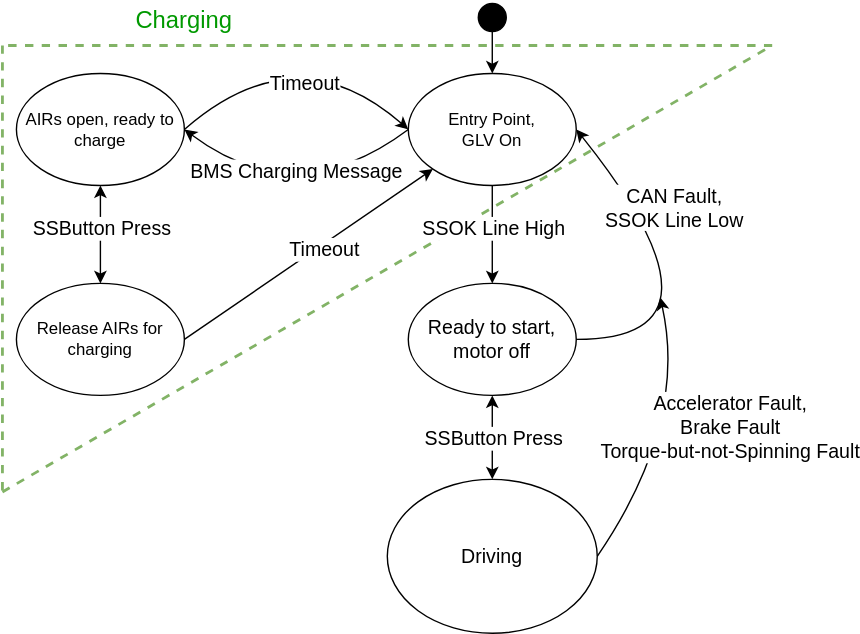
Before: docs/mpu_state_diagram.svg, a diagram exported from draw.io (Northeastern-Electric-Racing/Embedded_Code). Source tidied: cells renumbered, new cells last; positions are measured from the earlier drawing's top-left corner, leaving out a move shared by most shapes. The source it was exported from:
```xml
<mxGraphModel>
  <root>
    <mxCell id="0" />
    <mxCell id="1" parent="0" />
    <mxCell id="2" style="endArrow=none;html=1;fontSize=14;curved=1;dashed=1;fillColor=#d5e8d4;strokeColor=#82b366;strokeWidth=2;" parent="1" edge="1">
      <mxGeometry relative="1" as="geometry">
        <mxPoint y="32" as="sourcePoint" />
        <mxPoint y="351" as="targetPoint" />
      </mxGeometry>
    </mxCell>
    <mxCell id="3" style="endArrow=none;html=1;fontSize=14;curved=1;dashed=1;fillColor=#d5e8d4;strokeColor=#82b366;strokeWidth=2;" parent="1" edge="1">
      <mxGeometry relative="1" as="geometry">
        <mxPoint x="550" y="32" as="sourcePoint" />
        <mxPoint y="32" as="targetPoint" />
      </mxGeometry>
    </mxCell>
    <mxCell id="4" style="endArrow=none;html=1;fontSize=14;curved=1;dashed=1;fillColor=#d5e8d4;strokeColor=#82b366;strokeWidth=2;" parent="1" edge="1">
      <mxGeometry relative="1" as="geometry">
        <mxPoint y="351" as="sourcePoint" />
        <mxPoint x="550" y="32" as="targetPoint" />
      </mxGeometry>
    </mxCell>
    <mxCell id="5" style="ellipse;whiteSpace=wrap;html=1;fillColor=#000000;" parent="1" vertex="1">
      <mxGeometry x="340" y="2" width="20" height="20" as="geometry" />
    </mxCell>
    <mxCell id="6" value="Entry Point,&lt;br&gt;GLV On" style="ellipse;whiteSpace=wrap;html=1;fillColor=none;" parent="1" vertex="1">
      <mxGeometry x="290" y="52" width="120" height="80" as="geometry" />
    </mxCell>
    <mxCell id="7" value="AIRs open, ready to charge" style="ellipse;whiteSpace=wrap;html=1;fillColor=none;" parent="1" vertex="1">
      <mxGeometry x="10" y="52" width="120" height="80" as="geometry" />
    </mxCell>
    <mxCell id="8" value="Release AIRs for charging" style="ellipse;whiteSpace=wrap;html=1;fillColor=none;" parent="1" vertex="1">
      <mxGeometry x="10" y="202" width="120" height="80" as="geometry" />
    </mxCell>
    <mxCell id="9" style="endArrow=classic;html=1;entryX=1;entryY=0.5;entryDx=0;entryDy=0;exitX=0;exitY=0.5;exitDx=0;exitDy=0;curved=1;" parent="1" edge="1" source="6" target="7">
      <mxGeometry relative="1" as="geometry">
        <Array as="points">
          <mxPoint x="210" y="152" />
        </Array>
      </mxGeometry>
    </mxCell>
    <mxCell id="10" value="&lt;font style=&quot;font-size: 14px&quot;&gt;BMS Charging Message&lt;br&gt;&lt;/font&gt;" style="edgeLabel;html=1;align=center;verticalAlign=middle;" parent="9" vertex="1">
      <mxGeometry x="-0.33" y="17" relative="1" as="geometry">
        <mxPoint x="-37" y="-24" as="offset" />
      </mxGeometry>
    </mxCell>
    <mxCell id="11" style="endArrow=classic;html=1;fontSize=14;curved=1;entryX=0;entryY=0.5;entryDx=0;entryDy=0;exitX=1;exitY=0.5;exitDx=0;exitDy=0;" parent="1" edge="1" source="7" target="6">
      <mxGeometry relative="1" as="geometry">
        <Array as="points">
          <mxPoint x="210" y="22" />
        </Array>
      </mxGeometry>
    </mxCell>
    <mxCell id="12" value="Timeout" style="edgeLabel;html=1;align=center;verticalAlign=middle;fontSize=14;" parent="11" vertex="1">
      <mxGeometry x="0.26" y="-24" relative="1" as="geometry" />
    </mxCell>
    <mxCell id="13" style="endArrow=classic;html=1;fontSize=14;curved=1;exitX=1;exitY=0.5;exitDx=0;exitDy=0;entryX=0;entryY=1;entryDx=0;entryDy=0;" parent="1" edge="1" source="8" target="6">
      <mxGeometry relative="1" as="geometry" />
    </mxCell>
    <mxCell id="14" value="Timeout" style="edgeLabel;html=1;align=center;verticalAlign=middle;fontSize=14;" parent="13" vertex="1">
      <mxGeometry x="0.1" y="-3" relative="1" as="geometry" />
    </mxCell>
    <mxCell id="15" style="endArrow=classic;startArrow=classic;html=1;fontSize=14;curved=1;entryX=0.5;entryY=1;entryDx=0;entryDy=0;exitX=0.5;exitY=0;exitDx=0;exitDy=0;" parent="1" edge="1" source="8" target="7">
      <mxGeometry relative="1" as="geometry" />
    </mxCell>
    <mxCell id="16" value="SSButton Press" style="edgeLabel;html=1;align=center;verticalAlign=middle;fontSize=14;" parent="15" vertex="1">
      <mxGeometry x="0.45" y="-1" relative="1" as="geometry">
        <mxPoint x="-1" y="11" as="offset" />
      </mxGeometry>
    </mxCell>
    <mxCell id="17" value="Ready to start, motor off" style="ellipse;whiteSpace=wrap;html=1;fontSize=14;fillColor=none;" parent="1" vertex="1">
      <mxGeometry x="290" y="202" width="120" height="80" as="geometry" />
    </mxCell>
    <mxCell id="18" value="Driving" style="ellipse;whiteSpace=wrap;html=1;fontSize=14;fillColor=none;" parent="1" vertex="1">
      <mxGeometry x="275" y="342" width="150" height="110" as="geometry" />
    </mxCell>
    <mxCell id="19" style="endArrow=classic;html=1;fontSize=14;curved=1;entryX=0.5;entryY=0;entryDx=0;entryDy=0;exitX=0.5;exitY=1;exitDx=0;exitDy=0;" parent="1" edge="1" source="6" target="17">
      <mxGeometry relative="1" as="geometry" />
    </mxCell>
    <mxCell id="20" value="SSOK Line High" style="edgeLabel;html=1;align=center;verticalAlign=middle;fontSize=14;" parent="19" vertex="1">
      <mxGeometry x="-0.34" relative="1" as="geometry">
        <mxPoint y="7" as="offset" />
      </mxGeometry>
    </mxCell>
    <mxCell id="21" style="endArrow=classic;startArrow=classic;html=1;fontSize=14;curved=1;entryX=0.5;entryY=1;entryDx=0;entryDy=0;exitX=0.5;exitY=0;exitDx=0;exitDy=0;" parent="1" edge="1" source="18" target="17">
      <mxGeometry relative="1" as="geometry" />
    </mxCell>
    <mxCell id="22" value="SSButton Press" style="edgeLabel;html=1;align=center;verticalAlign=middle;fontSize=14;" parent="21" vertex="1">
      <mxGeometry x="0.53" y="-3" relative="1" as="geometry">
        <mxPoint x="-3" y="16" as="offset" />
      </mxGeometry>
    </mxCell>
    <mxCell id="23" style="endArrow=classic;html=1;fontSize=14;curved=1;exitX=1;exitY=0.5;exitDx=0;exitDy=0;entryX=1;entryY=0.5;entryDx=0;entryDy=0;" parent="1" edge="1" source="17" target="6">
      <mxGeometry relative="1" as="geometry">
        <Array as="points">
          <mxPoint x="530" y="242" />
        </Array>
      </mxGeometry>
    </mxCell>
    <mxCell id="24" value="CAN Fault,&lt;br&gt;SSOK Line Low" style="edgeLabel;html=1;align=center;verticalAlign=middle;fontSize=14;" parent="23" vertex="1">
      <mxGeometry x="0.56" y="3" relative="1" as="geometry">
        <mxPoint x="29" as="offset" />
      </mxGeometry>
    </mxCell>
    <mxCell id="25" style="endArrow=classic;html=1;fontSize=14;curved=1;exitX=1;exitY=0.5;exitDx=0;exitDy=0;" parent="1" edge="1" source="18">
      <mxGeometry relative="1" as="geometry">
        <mxPoint x="470" y="212" as="targetPoint" />
        <Array as="points">
          <mxPoint x="490" y="302" />
        </Array>
      </mxGeometry>
    </mxCell>
    <mxCell id="26" value="Accelerator Fault,&lt;br&gt;Brake Fault&lt;br&gt;Torque-but-not-Spinning Fault" style="edgeLabel;html=1;align=center;verticalAlign=middle;fontSize=14;" parent="25" vertex="1">
      <mxGeometry x="-0.03" y="18" relative="1" as="geometry">
        <mxPoint x="53" as="offset" />
      </mxGeometry>
    </mxCell>
    <mxCell id="27" style="endArrow=classic;html=1;fontSize=14;curved=1;entryX=0.5;entryY=0;entryDx=0;entryDy=0;exitX=0.5;exitY=1;exitDx=0;exitDy=0;" parent="1" edge="1" source="5" target="6">
      <mxGeometry relative="1" as="geometry" />
    </mxCell>
    <mxCell id="28" value="&lt;font style=&quot;font-size: 17px&quot; color=&quot;#009900&quot;&gt;Charging&lt;/font&gt;" style="text;html=1;strokeColor=none;fillColor=none;align=center;verticalAlign=middle;whiteSpace=wrap;rounded=0;dashed=1;fontSize=14;" parent="1" vertex="1">
      <mxGeometry x="100" width="60" height="30" as="geometry" />
    </mxCell>
  </root>
</mxGraphModel>
```
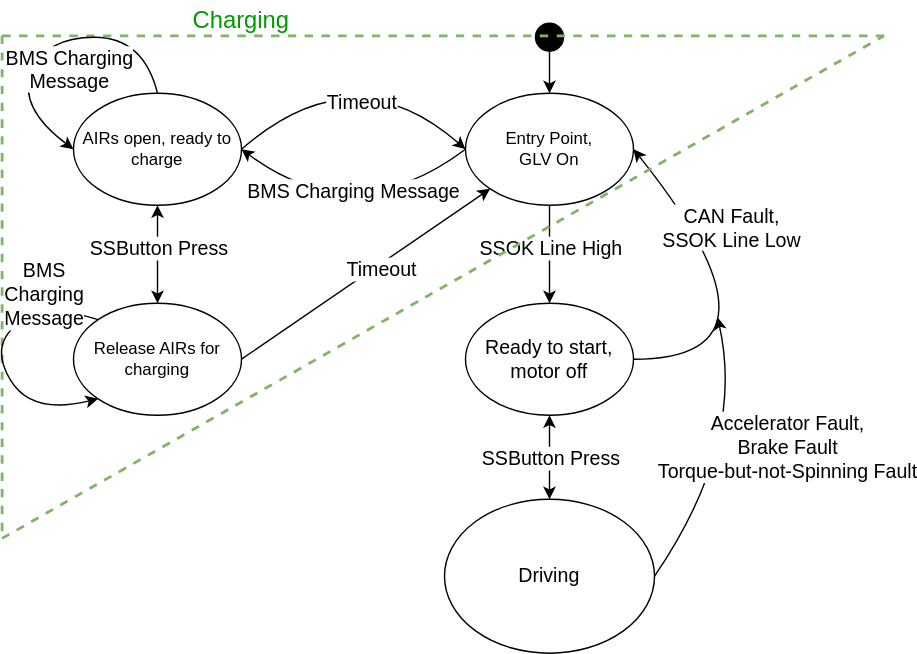
After the commit.

The edit, as a diff of the source:
```diff
@@ -2,24 +2,6 @@
   <root>
     <mxCell id="0" />
     <mxCell id="1" parent="0" />
-    <mxCell id="2" style="endArrow=none;html=1;fontSize=14;curved=1;dashed=1;fillColor=#d5e8d4;strokeColor=#82b366;strokeWidth=2;" parent="1" edge="1">
-      <mxGeometry relative="1" as="geometry">
-        <mxPoint y="32" as="sourcePoint" />
-        <mxPoint y="351" as="targetPoint" />
-      </mxGeometry>
-    </mxCell>
-    <mxCell id="3" style="endArrow=none;html=1;fontSize=14;curved=1;dashed=1;fillColor=#d5e8d4;strokeColor=#82b366;strokeWidth=2;" parent="1" edge="1">
-      <mxGeometry relative="1" as="geometry">
-        <mxPoint x="550" y="32" as="sourcePoint" />
-        <mxPoint y="32" as="targetPoint" />
-      </mxGeometry>
-    </mxCell>
-    <mxCell id="4" style="endArrow=none;html=1;fontSize=14;curved=1;dashed=1;fillColor=#d5e8d4;strokeColor=#82b366;strokeWidth=2;" parent="1" edge="1">
-      <mxGeometry relative="1" as="geometry">
-        <mxPoint y="351" as="sourcePoint" />
-        <mxPoint x="550" y="32" as="targetPoint" />
-      </mxGeometry>
-    </mxCell>
     <mxCell id="5" style="ellipse;whiteSpace=wrap;html=1;fillColor=#000000;" parent="1" vertex="1">
       <mxGeometry x="340" y="2" width="20" height="20" as="geometry" />
     </mxCell>
@@ -119,7 +101,56 @@
       <mxGeometry relative="1" as="geometry" />
     </mxCell>
     <mxCell id="28" value="&lt;font style=&quot;font-size: 17px&quot; color=&quot;#009900&quot;&gt;Charging&lt;/font&gt;" style="text;html=1;strokeColor=none;fillColor=none;align=center;verticalAlign=middle;whiteSpace=wrap;rounded=0;dashed=1;fontSize=14;" parent="1" vertex="1">
-      <mxGeometry x="100" width="60" height="30" as="geometry" />
+      <mxGeometry x="100" y="-14" width="60" height="30" as="geometry" />
     </mxCell>
+    <mxCell id="29" style="group;" parent="1" vertex="1">
+      <mxGeometry x="-41" y="11" width="630" height="359" as="geometry" />
+    </mxCell>
+    <mxCell id="2" style="endArrow=none;html=1;fontSize=14;curved=1;dashed=1;fillColor=#d5e8d4;strokeColor=#82b366;strokeWidth=2;" parent="29" edge="1">
+      <mxGeometry relative="1" as="geometry">
+        <mxPoint as="sourcePoint" />
+        <mxPoint y="359" as="targetPoint" />
+      </mxGeometry>
+    </mxCell>
+    <mxCell id="3" style="endArrow=none;html=1;fontSize=14;curved=1;dashed=1;fillColor=#d5e8d4;strokeColor=#82b366;strokeWidth=2;" parent="29" edge="1">
+      <mxGeometry relative="1" as="geometry">
+        <mxPoint x="630" as="sourcePoint" />
+        <mxPoint as="targetPoint" />
+      </mxGeometry>
+    </mxCell>
+    <mxCell id="4" style="endArrow=none;html=1;fontSize=14;curved=1;dashed=1;fillColor=#d5e8d4;strokeColor=#82b366;strokeWidth=2;" parent="29" edge="1">
+      <mxGeometry relative="1" as="geometry">
+        <mxPoint y="359" as="sourcePoint" />
+        <mxPoint x="630" as="targetPoint" />
+      </mxGeometry>
+    </mxCell>
+    <mxCell id="30" style="endArrow=classic;html=1;exitX=0.5;exitY=0;exitDx=0;exitDy=0;entryX=0;entryY=0.5;entryDx=0;entryDy=0;curved=1;" parent="1" edge="1" source="7" target="7">
+      <mxGeometry relative="1" as="geometry">
+        <Array as="points">
+          <mxPoint x="60" y="12" />
+          <mxPoint x="-10" y="12" />
+          <mxPoint x="-30" y="62" />
+        </Array>
+      </mxGeometry>
+    </mxCell>
+    <mxCell id="31" value="&lt;font style=&quot;font-size: 14px&quot;&gt;BMS Charging&lt;br&gt;Message&lt;br&gt;&lt;/font&gt;" style="edgeLabel;html=1;align=center;verticalAlign=middle;" parent="30" vertex="1">
+      <mxGeometry x="0.13" y="12" relative="1" as="geometry">
+        <mxPoint x="9" y="8" as="offset" />
+      </mxGeometry>
+    </mxCell>
+    <mxCell id="32" style="endArrow=classic;html=1;fontSize=14;curved=1;exitX=0;exitY=0;exitDx=0;exitDy=0;entryX=0;entryY=1;entryDx=0;entryDy=0;" parent="1" edge="1" source="8" target="8">
+      <mxGeometry relative="1" as="geometry">
+        <Array as="points">
+          <mxPoint x="-10" y="202" />
+          <mxPoint x="-50" y="232" />
+          <mxPoint x="-20" y="282" />
+        </Array>
+      </mxGeometry>
+    </mxCell>
+    <mxCell id="33" value="BMS&lt;br&gt;Charging&lt;br&gt;Message" style="edgeLabel;html=1;align=center;verticalAlign=middle;fontSize=14;" parent="32" vertex="1">
+      <mxGeometry x="0.35" y="4" relative="1" as="geometry">
+        <mxPoint x="13" y="-72" as="offset" />
+      </mxGeometry>
+    </mxCell>
   </root>
 </mxGraphModel>
```
